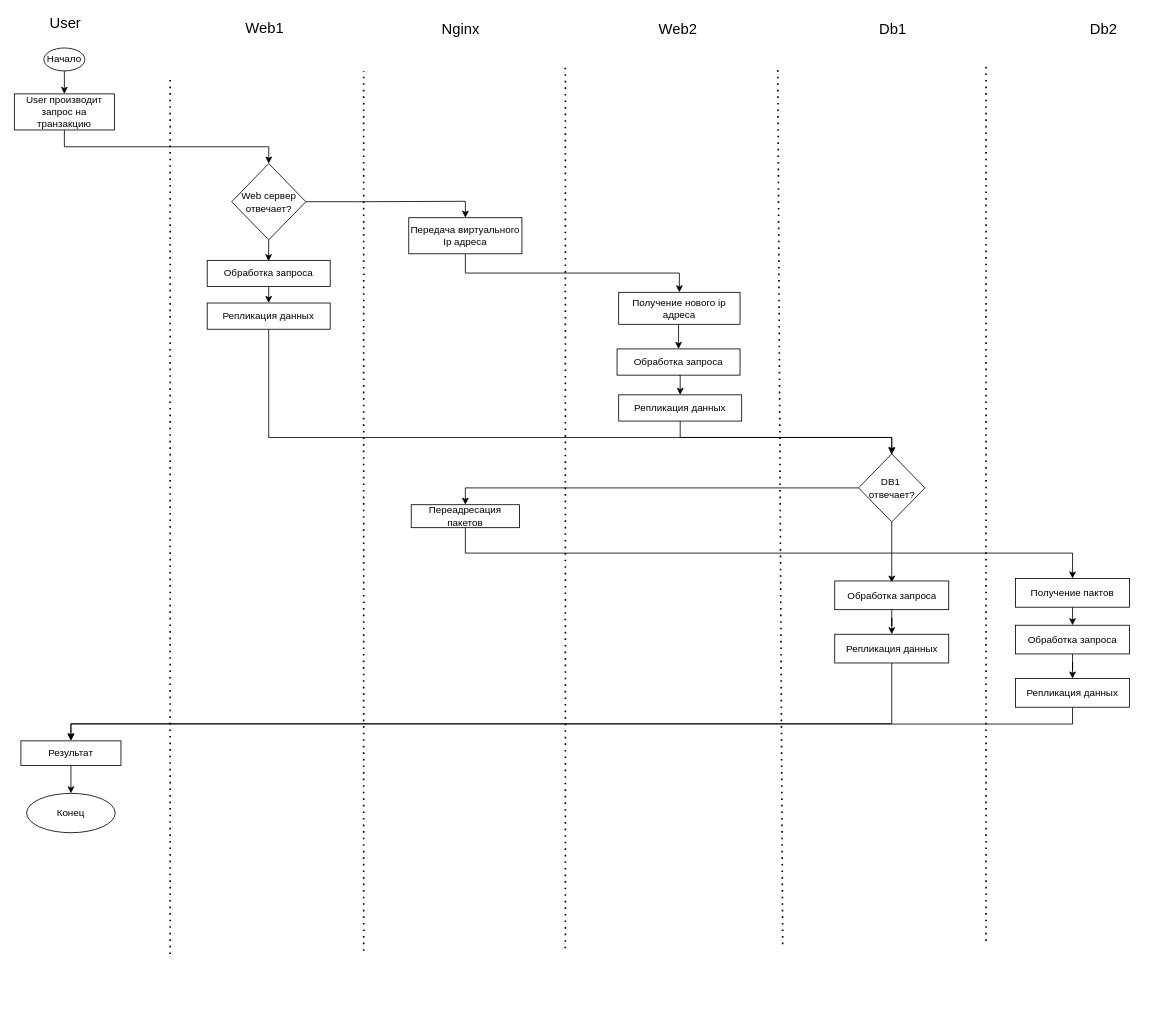
This is Untitled Diagram.drawio from XBOCTFarm/twitter, a draw.io file, before an edit. Source tidied: cells renumbered, new cells numbered last; positions are measured from the earlier drawing's top-left corner, leaving out a move shared by most shapes. Both pictures are drawn from the tidied source at 82%, with x=0, y=0 at pixel (14, 15).
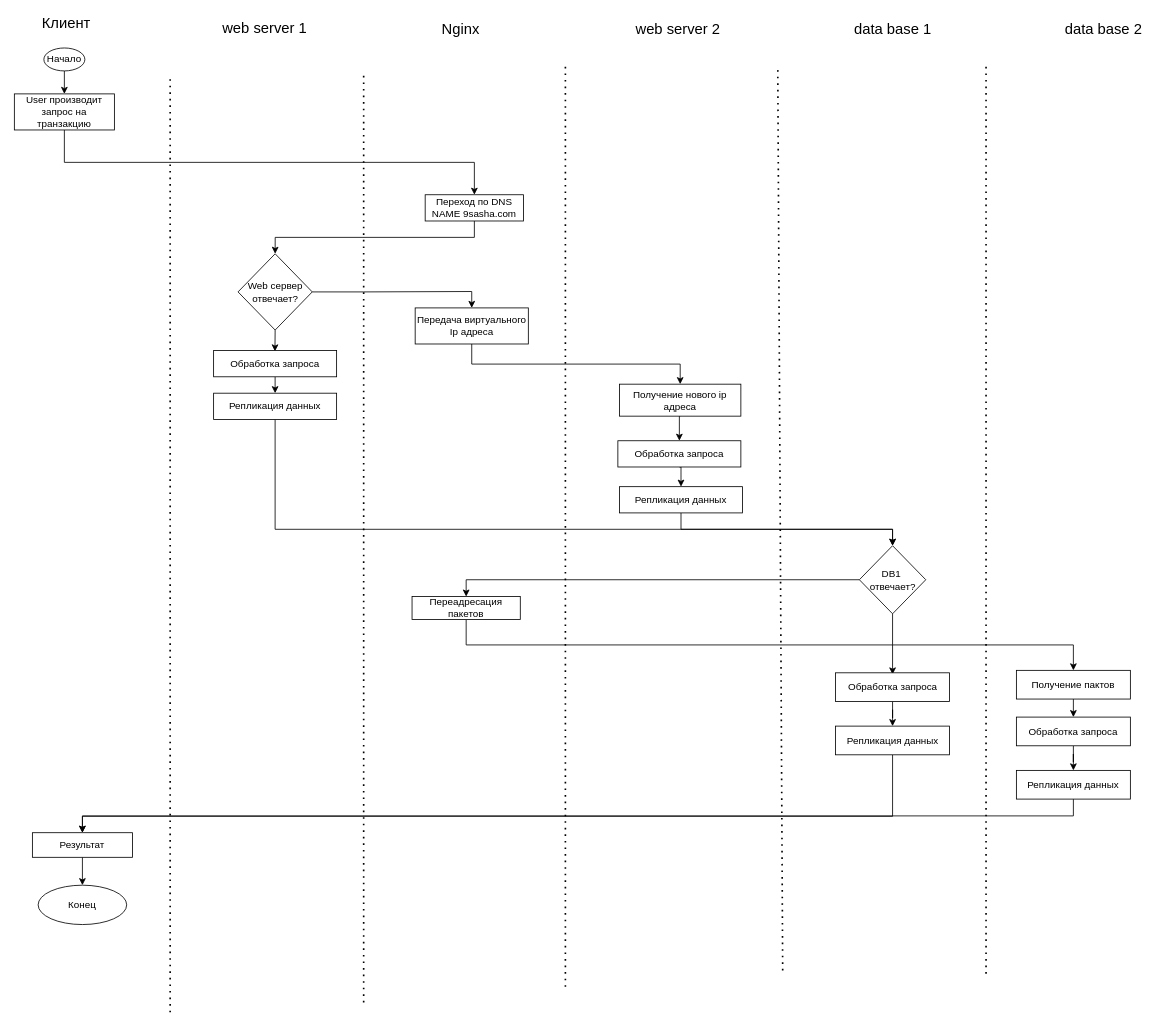
The same diagram, later.

Unchanged cells that the change refers to:
```xml
<mxCell id="12" value="User производит запрос на транзакцию" style="rounded=0;whiteSpace=wrap;html=1;" parent="1" vertex="1">
  <mxGeometry y="96" width="122" height="44" as="geometry" />
</mxCell>
```

The edit, as a diff of the source:
```diff
@@
-    <mxCell id="2" value="&lt;font style=&quot;font-size: 18px&quot;&gt;User&lt;/font&gt;" style="text;html=1;align=center;verticalAlign=middle;strokeColor=none;" parent="1" vertex="1">
-      <mxGeometry x="38" width="48" height="20" as="geometry" />
+    <mxCell id="2" value="&lt;font style=&quot;font-size: 18px&quot;&gt;Клиент&lt;/font&gt;" style="text;html=1;align=center;verticalAlign=middle;strokeColor=none;" parent="1" vertex="1">
+      <mxGeometry x="28" width="69" height="20" as="geometry" />
     </mxCell>
-    <mxCell id="3" value="&lt;font style=&quot;font-size: 18px&quot;&gt;Web1&lt;/font&gt;" style="text;html=1;align=center;verticalAlign=middle;strokeColor=none;" parent="1" vertex="1">
-      <mxGeometry x="276" y="6" width="57" height="20" as="geometry" />
+    <mxCell id="3" value="&lt;span style=&quot;font-size: 18px&quot;&gt;web server 1&lt;/span&gt;" style="text;html=1;align=center;verticalAlign=middle;strokeColor=none;" parent="1" vertex="1">
+      <mxGeometry x="248" y="6" width="113" height="20" as="geometry" />
     </mxCell>
-    <mxCell id="4" value="&lt;font style=&quot;font-size: 18px&quot;&gt;Web2&lt;/font&gt;" style="text;html=1;align=center;verticalAlign=middle;strokeColor=none;" parent="1" vertex="1">
-      <mxGeometry x="780" y="7" width="57" height="20" as="geometry" />
+    <mxCell id="4" value="&lt;font style=&quot;font-size: 18px&quot;&gt;web server 2&lt;/font&gt;" style="text;html=1;align=center;verticalAlign=middle;strokeColor=none;" parent="1" vertex="1">
+      <mxGeometry x="752" y="7" width="113" height="20" as="geometry" />
     </mxCell>
-    <mxCell id="5" value="&lt;font style=&quot;font-size: 18px&quot;&gt;Db1&lt;/font&gt;" style="text;html=1;align=center;verticalAlign=middle;strokeColor=none;" parent="1" vertex="1">
-      <mxGeometry x="1049" y="7" width="43" height="20" as="geometry" />
+    <mxCell id="5" value="&lt;font style=&quot;font-size: 18px&quot;&gt;data base 1&lt;/font&gt;" style="text;html=1;align=center;verticalAlign=middle;strokeColor=none;" parent="1" vertex="1">
+      <mxGeometry x="1019" y="7" width="104" height="20" as="geometry" />
     </mxCell>
-    <mxCell id="6" value="&lt;font style=&quot;font-size: 18px&quot;&gt;Db2&lt;/font&gt;" style="text;html=1;align=center;verticalAlign=middle;strokeColor=none;" parent="1" vertex="1">
-      <mxGeometry x="1306" y="7" width="43" height="20" as="geometry" />
+    <mxCell id="6" value="&lt;font style=&quot;font-size: 18px&quot;&gt;data base 2&lt;/font&gt;" style="text;html=1;align=center;verticalAlign=middle;strokeColor=none;" parent="1" vertex="1">
+      <mxGeometry x="1276" y="7" width="104" height="20" as="geometry" />
     </mxCell>
@@
     <mxCell id="8" style="endArrow=none;dashed=1;html=1;dashPattern=1 3;strokeWidth=2;" parent="1" edge="1">
       <mxGeometry relative="1" as="geometry">
-        <mxPoint x="190" y="1145" as="sourcePoint" />
+        <mxPoint x="190" y="1216" as="sourcePoint" />
         <mxPoint x="190" y="76" as="targetPoint" />
       </mxGeometry>
     </mxCell>
@@
-    <mxCell id="11" style="edgeStyle=orthogonalEdgeStyle;rounded=0;jettySize=auto;html=1;exitX=0.5;exitY=1;exitDx=0;exitDy=0;entryX=0.5;entryY=0;entryDx=0;entryDy=0;" parent="1" edge="1" source="12" target="15">
-      <mxGeometry relative="1" as="geometry" />
-    </mxCell>
+    <mxCell id="50" style="edgeStyle=orthogonalEdgeStyle;rounded=0;jettySize=auto;html=1;exitX=0.5;exitY=1;exitDx=0;exitDy=0;entryX=0.5;entryY=0;entryDx=0;entryDy=0;" parent="1" edge="1" source="12" target="54">
+      <mxGeometry relative="1" as="geometry" />
+    </mxCell>
@@
     <mxCell id="14" style="edgeStyle=orthogonalEdgeStyle;rounded=0;jettySize=auto;html=1;exitX=0.5;exitY=1;exitDx=0;exitDy=0;" parent="1" edge="1" source="15">
       <mxGeometry relative="1" as="geometry">
-        <mxPoint x="310" y="300" as="targetPoint" />
+        <mxPoint x="317.8" y="410" as="targetPoint" />
       </mxGeometry>
     </mxCell>
     <mxCell id="15" value="Web сервер&lt;br&gt;отвечает?" style="rhombus;whiteSpace=wrap;html=1;" parent="1" vertex="1">
-      <mxGeometry x="265" y="181" width="90.5" height="93" as="geometry" />
+      <mxGeometry x="272.8" y="291" width="90.5" height="93" as="geometry" />
     </mxCell>
     <mxCell id="16" style="endArrow=none;dashed=1;html=1;dashPattern=1 3;strokeWidth=2;" parent="1" edge="1">
       <mxGeometry relative="1" as="geometry">
-        <mxPoint x="426" y="1141" as="sourcePoint" />
+        <mxPoint x="426" y="1204" as="sourcePoint" />
         <mxPoint x="426" y="68" as="targetPoint" />
       </mxGeometry>
     </mxCell>
     <mxCell id="17" style="endArrow=none;dashed=1;html=1;dashPattern=1 3;strokeWidth=2;" parent="1" edge="1">
       <mxGeometry relative="1" as="geometry">
-        <mxPoint x="672" y="1138" as="sourcePoint" />
+        <mxPoint x="672" y="1185" as="sourcePoint" />
         <mxPoint x="672" y="62" as="targetPoint" />
       </mxGeometry>
     </mxCell>
@@
     <mxCell id="19" value="Передача виртуального Ip адреса" style="rounded=0;whiteSpace=wrap;html=1;" parent="1" vertex="1">
-      <mxGeometry x="481" y="247" width="138" height="44" as="geometry" />
+      <mxGeometry x="488.8" y="357" width="138" height="44" as="geometry" />
     </mxCell>
@@
     <mxCell id="21" value="Получение нового ip адреса" style="rounded=0;whiteSpace=wrap;html=1;" parent="1" vertex="1">
-      <mxGeometry x="737" y="338" width="148" height="39" as="geometry" />
+      <mxGeometry x="738" y="450" width="148" height="39" as="geometry" />
     </mxCell>
@@
     <mxCell id="23" value="Обработка запроса" style="rounded=0;whiteSpace=wrap;html=1;" parent="1" vertex="1">
-      <mxGeometry x="735" y="407" width="150" height="32" as="geometry" />
+      <mxGeometry x="736" y="519" width="150" height="32" as="geometry" />
     </mxCell>
     <mxCell id="24" style="endArrow=none;dashed=1;html=1;dashPattern=1 3;strokeWidth=2;" parent="1" edge="1">
       <mxGeometry relative="1" as="geometry">
-        <mxPoint x="937" y="1133" as="sourcePoint" />
+        <mxPoint x="937" y="1165" as="sourcePoint" />
         <mxPoint x="931" y="64" as="targetPoint" />
       </mxGeometry>
     </mxCell>
@@
     <mxCell id="26" style="edgeStyle=orthogonalEdgeStyle;rounded=0;jettySize=auto;html=1;exitX=0.5;exitY=1;exitDx=0;exitDy=0;" parent="1" edge="1" source="27">
       <mxGeometry relative="1" as="geometry">
-        <mxPoint x="1070" y="692" as="targetPoint" />
+        <mxPoint x="1071" y="804" as="targetPoint" />
       </mxGeometry>
     </mxCell>
     <mxCell id="27" value="DB1&amp;nbsp;&lt;br&gt;отвечает?" style="rhombus;whiteSpace=wrap;html=1;" parent="1" vertex="1">
-      <mxGeometry x="1029.5" y="535" width="81" height="83" as="geometry" />
+      <mxGeometry x="1030.5" y="647" width="81" height="83" as="geometry" />
     </mxCell>
     <mxCell id="28" style="endArrow=none;dashed=1;html=1;dashPattern=1 3;strokeWidth=2;" parent="1" edge="1">
       <mxGeometry relative="1" as="geometry">
-        <mxPoint x="1185" y="1129" as="sourcePoint" />
+        <mxPoint x="1185" y="1169" as="sourcePoint" />
         <mxPoint x="1185" y="63" as="targetPoint" />
       </mxGeometry>
     </mxCell>
@@
     <mxCell id="30" value="Переадресация пакетов" style="rounded=0;whiteSpace=wrap;html=1;" parent="1" vertex="1">
-      <mxGeometry x="484" y="597" width="132" height="28" as="geometry" />
+      <mxGeometry x="485" y="709" width="132" height="28" as="geometry" />
     </mxCell>
@@
     <mxCell id="32" value="Получение пактов" style="rounded=0;whiteSpace=wrap;html=1;" parent="1" vertex="1">
-      <mxGeometry x="1221" y="687" width="139" height="35" as="geometry" />
+      <mxGeometry x="1222" y="799" width="139" height="35" as="geometry" />
     </mxCell>
@@
     <mxCell id="34" value="Обработка запроса" style="rounded=0;whiteSpace=wrap;html=1;" parent="1" vertex="1">
-      <mxGeometry x="1221" y="744" width="139" height="35" as="geometry" />
+      <mxGeometry x="1222" y="856" width="139" height="35" as="geometry" />
     </mxCell>
@@
     <mxCell id="36" value="Репликация данных" style="rounded=0;whiteSpace=wrap;html=1;" parent="1" vertex="1">
-      <mxGeometry x="737" y="463" width="150" height="32" as="geometry" />
+      <mxGeometry x="738" y="575" width="150" height="32" as="geometry" />
     </mxCell>
@@
     <mxCell id="38" value="Репликация данных" style="rounded=0;whiteSpace=wrap;html=1;" parent="1" vertex="1">
-      <mxGeometry x="1221" y="809" width="139" height="35" as="geometry" />
+      <mxGeometry x="1222" y="921" width="139" height="35" as="geometry" />
     </mxCell>
@@
     <mxCell id="40" value="Результат" style="rounded=0;whiteSpace=wrap;html=1;" parent="1" vertex="1">
-      <mxGeometry x="8" y="885" width="122" height="30" as="geometry" />
+      <mxGeometry x="22" y="997" width="122" height="30" as="geometry" />
     </mxCell>
     <mxCell id="41" value="Конец" style="ellipse;whiteSpace=wrap;html=1;" parent="1" vertex="1">
-      <mxGeometry x="15" y="949" width="108" height="48" as="geometry" />
+      <mxGeometry x="29" y="1061" width="108" height="48" as="geometry" />
     </mxCell>
@@
     <mxCell id="43" value="Обработка запроса" style="rounded=0;whiteSpace=wrap;html=1;" parent="1" vertex="1">
-      <mxGeometry x="235.2" y="299" width="150" height="32" as="geometry" />
+      <mxGeometry x="243" y="409" width="150" height="32" as="geometry" />
     </mxCell>
-    <mxCell id="44" style="edgeStyle=orthogonalEdgeStyle;rounded=0;jettySize=auto;html=1;exitX=0.5;exitY=1;exitDx=0;exitDy=0;" parent="1" edge="1" source="45">
-      <mxGeometry relative="1" as="geometry">
-        <mxPoint x="1070" y="536" as="targetPoint" />
-        <Array as="points">
-          <mxPoint x="310" y="515" />
-          <mxPoint x="1070" y="515" />
-          <mxPoint x="1070" y="536" />
-        </Array>
-      </mxGeometry>
-    </mxCell>
+    <mxCell id="51" style="edgeStyle=orthogonalEdgeStyle;rounded=0;jettySize=auto;html=1;exitX=0.5;exitY=1;exitDx=0;exitDy=0;" parent="1" edge="1" source="45" target="27">
+      <mxGeometry relative="1" as="geometry">
+        <Array as="points">
+          <mxPoint x="318" y="627" />
+          <mxPoint x="1071" y="627" />
+        </Array>
+      </mxGeometry>
+    </mxCell>
     <mxCell id="45" value="Репликация данных" style="rounded=0;whiteSpace=wrap;html=1;" parent="1" vertex="1">
-      <mxGeometry x="235.2" y="351" width="150" height="32" as="geometry" />
+      <mxGeometry x="243" y="461" width="150" height="32" as="geometry" />
     </mxCell>
@@
     <mxCell id="47" value="Обработка запроса" style="rounded=0;whiteSpace=wrap;html=1;" parent="1" vertex="1">
-      <mxGeometry x="1000.5" y="690" width="139" height="35" as="geometry" />
+      <mxGeometry x="1001.5" y="802" width="139" height="35" as="geometry" />
     </mxCell>
-    <mxCell id="48" style="edgeStyle=orthogonalEdgeStyle;rounded=0;jettySize=auto;html=1;exitX=0.5;exitY=1;exitDx=0;exitDy=0;" parent="1" edge="1" source="49">
-      <mxGeometry relative="1" as="geometry">
-        <mxPoint x="69" y="884" as="targetPoint" />
-        <Array as="points">
-          <mxPoint x="1070" y="864" />
-          <mxPoint x="69" y="864" />
-        </Array>
-      </mxGeometry>
-    </mxCell>
+    <mxCell id="52" style="edgeStyle=orthogonalEdgeStyle;rounded=0;jettySize=auto;html=1;exitX=0.5;exitY=1;exitDx=0;exitDy=0;entryX=0.5;entryY=0;entryDx=0;entryDy=0;" parent="1" edge="1" source="49" target="40">
+      <mxGeometry relative="1" as="geometry">
+        <Array as="points">
+          <mxPoint x="1071" y="977" />
+          <mxPoint x="83" y="977" />
+        </Array>
+      </mxGeometry>
+    </mxCell>
     <mxCell id="49" value="Репликация данных" style="rounded=0;whiteSpace=wrap;html=1;" parent="1" vertex="1">
-      <mxGeometry x="1000.5" y="755" width="139" height="35" as="geometry" />
+      <mxGeometry x="1001.5" y="867" width="139" height="35" as="geometry" />
     </mxCell>
+    <mxCell id="53" style="edgeStyle=orthogonalEdgeStyle;rounded=0;jettySize=auto;html=1;exitX=0.5;exitY=1;exitDx=0;exitDy=0;entryX=0.5;entryY=0;entryDx=0;entryDy=0;" parent="1" edge="1" source="54" target="15">
+      <mxGeometry relative="1" as="geometry" />
+    </mxCell>
+    <mxCell id="54" value="Переход по DNS NAME 9sasha.com" style="rounded=0;whiteSpace=wrap;html=1;" parent="1" vertex="1">
+      <mxGeometry x="501" y="219" width="120" height="32" as="geometry" />
+    </mxCell>
```
